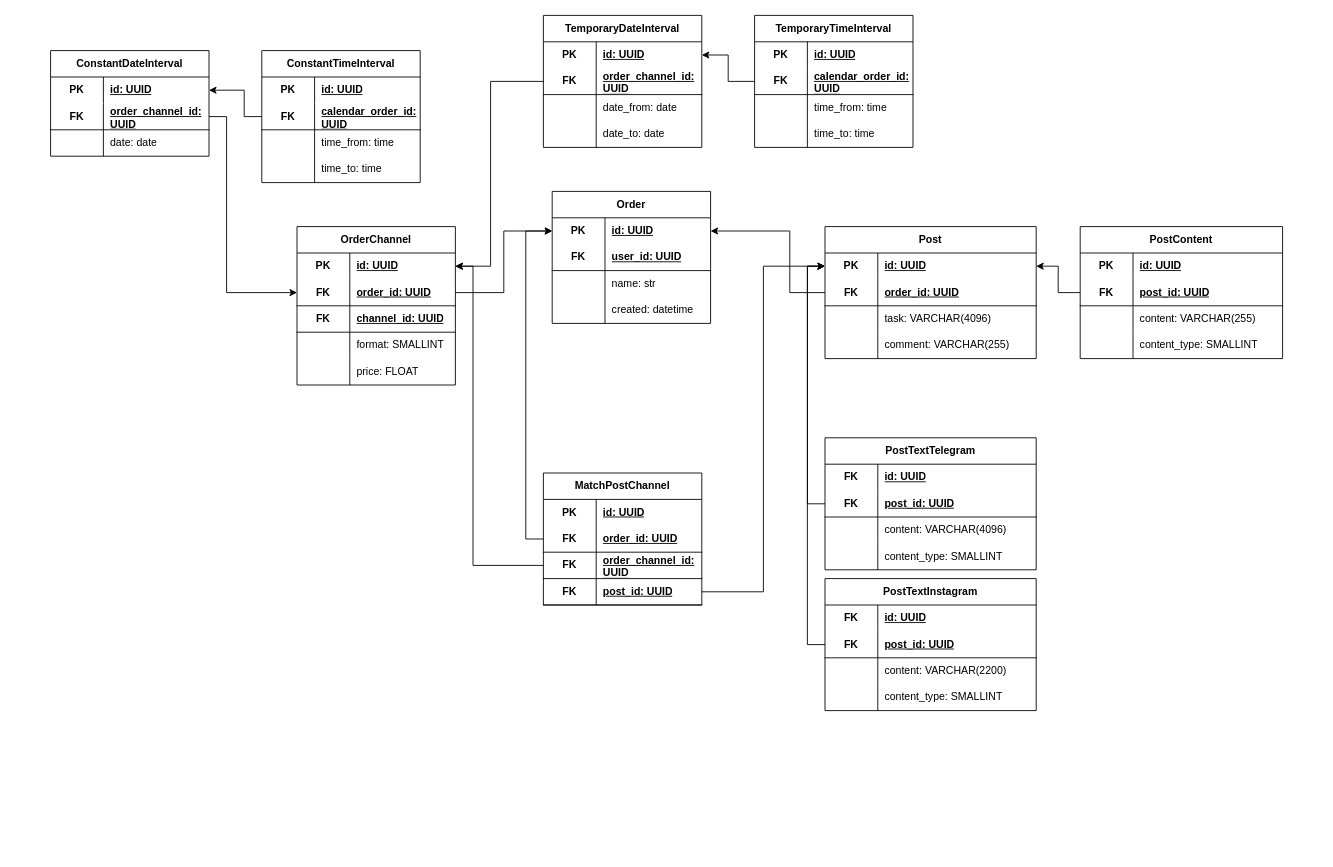
KmvRoman/Diagrams keeps this draw.io diagram as page "order flow" (7 of 7) of Advertiser-Blogger.drawio. Above is the earlier version. Source tidied: cells renumbered, new cells numbered last; positions are measured from the earlier drawing's top-left corner, leaving out a move shared by most shapes. Both pictures are drawn from the tidied source at 88%, with x=0, y=0 at pixel (50, 15).
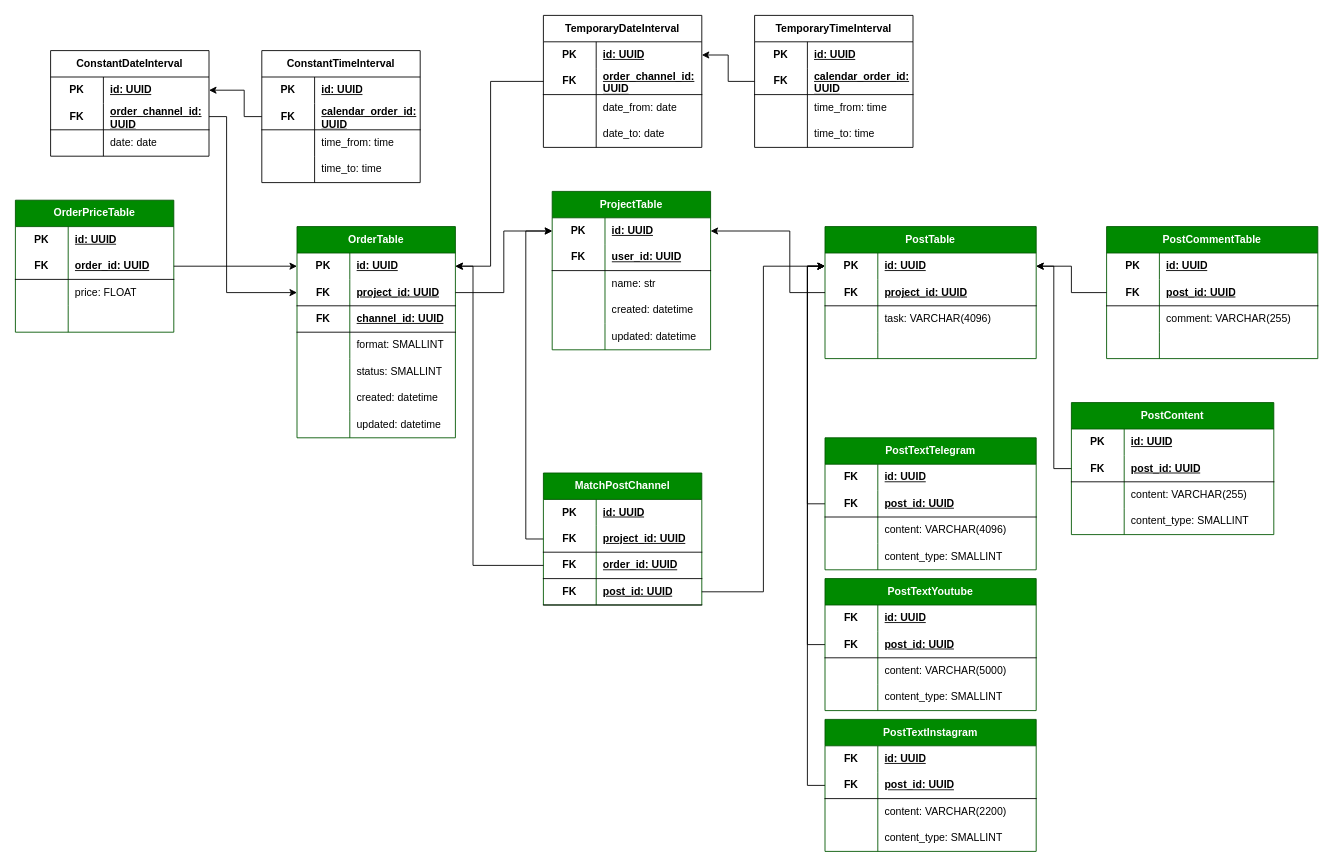
Above is the later version.

Unchanged cells that the change refers to:
```xml
<mxCell id="16" style="shape=tableRow;horizontal=0;startSize=0;swimlaneHead=0;swimlaneBody=0;fillColor=none;points=[[0,0.5],[1,0.5]];portConstraint=eastwest;top=0;left=0;right=0;bottom=0;html=1;" parent="15" vertex="1">
  <mxGeometry y="30" width="240" height="30" as="geometry" />
</mxCell>
<mxCell id="19" style="shape=tableRow;horizontal=0;startSize=0;swimlaneHead=0;swimlaneBody=0;fillColor=none;points=[[0,0.5],[1,0.5]];portConstraint=eastwest;top=0;left=0;right=0;bottom=1;html=1;" parent="15" vertex="1">
  <mxGeometry y="60" width="240" height="30" as="geometry" />
</mxCell>
<mxCell id="25" style="shape=tableRow;horizontal=0;startSize=0;swimlaneHead=0;swimlaneBody=0;fillColor=none;top=0;left=0;right=0;bottom=0;html=1;" parent="15" vertex="1">
  <mxGeometry y="120" width="240" height="30" as="geometry" />
</mxCell>
<mxCell id="30" style="shape=tableRow;horizontal=0;startSize=0;swimlaneHead=0;swimlaneBody=0;fillColor=none;points=[[0,0.5],[1,0.5]];portConstraint=eastwest;top=0;left=0;right=0;bottom=0;html=1;" parent="29" vertex="1">
  <mxGeometry y="30" width="180" height="30" as="geometry" />
</mxCell>
<mxCell id="33" style="shape=tableRow;horizontal=0;startSize=0;swimlaneHead=0;swimlaneBody=0;fillColor=none;points=[[0,0.5],[1,0.5]];portConstraint=eastwest;top=0;left=0;right=0;bottom=1;html=1;" parent="29" vertex="1">
  <mxGeometry y="60" width="180" height="30" as="geometry" />
</mxCell>
<mxCell id="42" style="shape=tableRow;horizontal=0;startSize=0;swimlaneHead=0;swimlaneBody=0;fillColor=none;top=0;left=0;right=0;bottom=0;html=1;" parent="29" vertex="1">
  <mxGeometry y="150" width="180" height="30" as="geometry" />
</mxCell>
<mxCell id="51" style="shape=tableRow;horizontal=0;startSize=0;swimlaneHead=0;swimlaneBody=0;fillColor=none;points=[[0,0.5],[1,0.5]];portConstraint=eastwest;top=0;left=0;right=0;bottom=1;html=1;" parent="47" vertex="1">
  <mxGeometry y="60" width="180" height="30" as="geometry" />
</mxCell>
<mxCell id="54" style="shape=tableRow;horizontal=0;startSize=0;swimlaneHead=0;swimlaneBody=0;fillColor=none;points=[[0,0.5],[1,0.5]];portConstraint=eastwest;top=0;left=0;right=0;bottom=1;html=1;" parent="47" vertex="1">
  <mxGeometry y="90" width="180" height="30" as="geometry" />
</mxCell>
```

Diff of the diagram source:
```diff
@@
-    <mxCell id="2" value="Order" style="shape=table;startSize=30;childLayout=tableLayout;rowLines=0;fontStyle=1;align=center;html=1;whiteSpace=wrap;" parent="1" vertex="1">
-      <mxGeometry x="570" y="200" width="180" height="150" as="geometry" />
+    <mxCell id="2" value="ProjectTable" style="shape=table;startSize=30;childLayout=tableLayout;rowLines=0;fontStyle=1;align=center;html=1;whiteSpace=wrap;fillColor=#008a00;fontColor=#ffffff;strokeColor=#005700;" parent="1" vertex="1">
+      <mxGeometry x="570" y="200" width="180" height="180" as="geometry" />
     </mxCell>
@@
+    <mxCell id="157" style="shape=tableRow;horizontal=0;startSize=0;swimlaneHead=0;swimlaneBody=0;fillColor=none;top=0;left=0;right=0;bottom=0;html=1;" parent="2" vertex="1">
+      <mxGeometry y="150" width="180" height="30" as="geometry" />
+    </mxCell>
+    <mxCell id="158" style="shape=partialRectangle;fillColor=none;top=0;left=0;bottom=0;right=0;overflow=hidden;html=1;whiteSpace=wrap;" parent="157" vertex="1">
+      <mxGeometry width="60" height="30" as="geometry" />
+    </mxCell>
+    <mxCell id="159" value="updated: datetime" style="shape=partialRectangle;fillColor=none;top=0;left=0;bottom=0;right=0;align=left;spacingLeft=6;overflow=hidden;html=1;whiteSpace=wrap;" parent="157" vertex="1">
+      <mxGeometry x="60" width="120" height="30" as="geometry" />
+    </mxCell>
-    <mxCell id="15" value="Post" style="shape=table;startSize=30;childLayout=tableLayout;rowLines=0;fontStyle=1;align=center;html=1;whiteSpace=wrap;" parent="1" vertex="1">
+    <mxCell id="15" value="PostTable" style="shape=table;startSize=30;childLayout=tableLayout;rowLines=0;fontStyle=1;align=center;html=1;whiteSpace=wrap;fillColor=#008a00;fontColor=#ffffff;strokeColor=#005700;" parent="1" vertex="1">
       <mxGeometry x="880" y="240" width="240" height="150" as="geometry" />
     </mxCell>
@@
-    <mxCell id="21" value="order_id: UUID" style="shape=partialRectangle;fillColor=none;top=0;left=0;bottom=0;right=0;align=left;spacingLeft=6;fontStyle=5;overflow=hidden;html=1;whiteSpace=wrap;" parent="19" vertex="1">
+    <mxCell id="21" value="project_id: UUID" style="shape=partialRectangle;fillColor=none;top=0;left=0;bottom=0;right=0;align=left;spacingLeft=6;fontStyle=5;overflow=hidden;html=1;whiteSpace=wrap;" parent="19" vertex="1">
       <mxGeometry x="60" width="180" height="30" as="geometry" />
     </mxCell>
@@
-    <mxCell id="27" value="comment: VARCHAR(255)" style="shape=partialRectangle;fillColor=none;top=0;left=0;bottom=0;right=0;align=left;spacingLeft=6;overflow=hidden;html=1;whiteSpace=wrap;" parent="25" vertex="1">
+    <mxCell id="27" style="shape=partialRectangle;fillColor=none;top=0;left=0;bottom=0;right=0;align=left;spacingLeft=6;overflow=hidden;html=1;whiteSpace=wrap;" parent="25" vertex="1">
       <mxGeometry x="60" width="180" height="30" as="geometry" />
     </mxCell>
@@
-    <mxCell id="29" value="OrderChannel" style="shape=table;startSize=30;childLayout=tableLayout;rowLines=0;fontStyle=1;align=center;html=1;whiteSpace=wrap;" parent="1" vertex="1">
-      <mxGeometry x="280" y="240" width="180" height="180" as="geometry" />
+    <mxCell id="29" value="OrderTable" style="shape=table;startSize=30;childLayout=tableLayout;rowLines=0;fontStyle=1;align=center;html=1;whiteSpace=wrap;fillColor=#008a00;fontColor=#ffffff;strokeColor=#005700;" parent="1" vertex="1">
+      <mxGeometry x="280" y="240" width="180" height="240" as="geometry" />
     </mxCell>
@@
-    <mxCell id="35" value="order_id: UUID" style="shape=partialRectangle;fillColor=none;top=0;left=0;bottom=0;right=0;align=left;spacingLeft=6;fontStyle=5;overflow=hidden;html=1;whiteSpace=wrap;" parent="33" vertex="1">
+    <mxCell id="35" value="project_id: UUID" style="shape=partialRectangle;fillColor=none;top=0;left=0;bottom=0;right=0;align=left;spacingLeft=6;fontStyle=5;overflow=hidden;html=1;whiteSpace=wrap;" parent="33" vertex="1">
       <mxGeometry x="60" width="120" height="30" as="geometry" />
     </mxCell>
@@
-    <mxCell id="44" value="price: FLOAT" style="shape=partialRectangle;fillColor=none;top=0;left=0;bottom=0;right=0;align=left;spacingLeft=6;overflow=hidden;html=1;whiteSpace=wrap;" parent="42" vertex="1">
+    <mxCell id="44" value="status: SMALLINT" style="shape=partialRectangle;fillColor=none;top=0;left=0;bottom=0;right=0;align=left;spacingLeft=6;overflow=hidden;html=1;whiteSpace=wrap;" parent="42" vertex="1">
       <mxGeometry x="60" width="120" height="30" as="geometry" />
     </mxCell>
+    <mxCell id="160" style="shape=tableRow;horizontal=0;startSize=0;swimlaneHead=0;swimlaneBody=0;fillColor=none;top=0;left=0;right=0;bottom=0;html=1;" parent="29" vertex="1">
+      <mxGeometry y="180" width="180" height="30" as="geometry" />
+    </mxCell>
+    <mxCell id="161" style="shape=partialRectangle;fillColor=none;top=0;left=0;bottom=0;right=0;overflow=hidden;html=1;whiteSpace=wrap;" parent="160" vertex="1">
+      <mxGeometry width="60" height="30" as="geometry" />
+    </mxCell>
+    <mxCell id="162" value="created: datetime" style="shape=partialRectangle;fillColor=none;top=0;left=0;bottom=0;right=0;align=left;spacingLeft=6;overflow=hidden;html=1;whiteSpace=wrap;" parent="160" vertex="1">
+      <mxGeometry x="60" width="120" height="30" as="geometry" />
+    </mxCell>
+    <mxCell id="163" style="shape=tableRow;horizontal=0;startSize=0;swimlaneHead=0;swimlaneBody=0;fillColor=none;top=0;left=0;right=0;bottom=0;html=1;" parent="29" vertex="1">
+      <mxGeometry y="210" width="180" height="30" as="geometry" />
+    </mxCell>
+    <mxCell id="164" style="shape=partialRectangle;fillColor=none;top=0;left=0;bottom=0;right=0;overflow=hidden;html=1;whiteSpace=wrap;" parent="163" vertex="1">
+      <mxGeometry width="60" height="30" as="geometry" />
+    </mxCell>
+    <mxCell id="165" value="updated: datetime" style="shape=partialRectangle;fillColor=none;top=0;left=0;bottom=0;right=0;align=left;spacingLeft=6;overflow=hidden;html=1;whiteSpace=wrap;" parent="163" vertex="1">
+      <mxGeometry x="60" width="120" height="30" as="geometry" />
+    </mxCell>
@@
-    <mxCell id="47" value="MatchPostChannel" style="shape=table;startSize=30;childLayout=tableLayout;rowLines=0;fontStyle=1;align=center;html=1;whiteSpace=wrap;" parent="1" vertex="1">
+    <mxCell id="47" value="MatchPostChannel" style="shape=table;startSize=30;childLayout=tableLayout;rowLines=0;fontStyle=1;align=center;html=1;whiteSpace=wrap;fillColor=#008a00;fontColor=#ffffff;strokeColor=#005700;" parent="1" vertex="1">
       <mxGeometry x="560" y="520" width="180" height="150" as="geometry" />
     </mxCell>
@@
-    <mxCell id="53" value="order_id: UUID" style="shape=partialRectangle;fillColor=none;top=0;left=0;bottom=0;right=0;align=left;spacingLeft=6;fontStyle=5;overflow=hidden;html=1;whiteSpace=wrap;" parent="51" vertex="1">
+    <mxCell id="53" value="project_id: UUID" style="shape=partialRectangle;fillColor=none;top=0;left=0;bottom=0;right=0;align=left;spacingLeft=6;fontStyle=5;overflow=hidden;html=1;whiteSpace=wrap;" parent="51" vertex="1">
       <mxGeometry x="60" width="120" height="30" as="geometry" />
     </mxCell>
@@
-    <mxCell id="56" value="order_channel_id: UUID" style="shape=partialRectangle;fillColor=none;top=0;left=0;bottom=0;right=0;align=left;spacingLeft=6;fontStyle=5;overflow=hidden;html=1;whiteSpace=wrap;" parent="54" vertex="1">
+    <mxCell id="56" value="order_id: UUID" style="shape=partialRectangle;fillColor=none;top=0;left=0;bottom=0;right=0;align=left;spacingLeft=6;fontStyle=5;overflow=hidden;html=1;whiteSpace=wrap;" parent="54" vertex="1">
       <mxGeometry x="60" width="120" height="30" as="geometry" />
     </mxCell>
@@
-    <mxCell id="63" value="PostTextTelegram" style="shape=table;startSize=30;childLayout=tableLayout;rowLines=0;fontStyle=1;align=center;html=1;whiteSpace=wrap;" parent="1" vertex="1">
+    <mxCell id="63" value="PostTextTelegram" style="shape=table;startSize=30;childLayout=tableLayout;rowLines=0;fontStyle=1;align=center;html=1;whiteSpace=wrap;fillColor=#008a00;fontColor=#ffffff;strokeColor=#005700;" parent="1" vertex="1">
       <mxGeometry x="880" y="480" width="240" height="150" as="geometry" />
     </mxCell>
@@
-    <mxCell id="77" value="PostTextInstagram" style="shape=table;startSize=30;childLayout=tableLayout;rowLines=0;fontStyle=1;align=center;html=1;whiteSpace=wrap;" parent="1" vertex="1">
-      <mxGeometry x="880" y="640" width="240" height="150" as="geometry" />
+    <mxCell id="77" value="PostTextInstagram" style="shape=table;startSize=30;childLayout=tableLayout;rowLines=0;fontStyle=1;align=center;html=1;whiteSpace=wrap;fillColor=#008a00;fontColor=#ffffff;strokeColor=#005700;" parent="1" vertex="1">
+      <mxGeometry x="880" y="800" width="240" height="150" as="geometry" />
     </mxCell>
@@
-    <mxCell id="91" value="PostContent" style="shape=table;startSize=30;childLayout=tableLayout;rowLines=0;fontStyle=1;align=center;html=1;whiteSpace=wrap;" parent="1" vertex="1">
-      <mxGeometry x="1170" y="240" width="230" height="150" as="geometry" />
+    <mxCell id="91" value="PostContent" style="shape=table;startSize=30;childLayout=tableLayout;rowLines=0;fontStyle=1;align=center;html=1;whiteSpace=wrap;fillColor=#008a00;fontColor=#ffffff;strokeColor=#005700;" parent="1" vertex="1">
+      <mxGeometry x="1160" y="440" width="230" height="150" as="geometry" />
     </mxCell>
@@
+    <mxCell id="166" value="OrderPriceTable" style="shape=table;startSize=30;childLayout=tableLayout;rowLines=0;fontStyle=1;align=center;html=1;whiteSpace=wrap;fillColor=#008a00;fontColor=#ffffff;strokeColor=#005700;" parent="1" vertex="1">
+      <mxGeometry x="-40" y="210" width="180" height="150" as="geometry" />
+    </mxCell>
+    <mxCell id="167" style="shape=tableRow;horizontal=0;startSize=0;swimlaneHead=0;swimlaneBody=0;fillColor=none;top=0;left=0;right=0;bottom=0;html=1;" parent="166" vertex="1">
+      <mxGeometry y="30" width="180" height="30" as="geometry" />
+    </mxCell>
+    <mxCell id="168" value="PK" style="shape=partialRectangle;fillColor=none;top=0;left=0;bottom=0;right=0;fontStyle=1;overflow=hidden;html=1;whiteSpace=wrap;" parent="167" vertex="1">
+      <mxGeometry width="60" height="30" as="geometry" />
+    </mxCell>
+    <mxCell id="169" value="id: UUID" style="shape=partialRectangle;fillColor=none;top=0;left=0;bottom=0;right=0;align=left;spacingLeft=6;fontStyle=5;overflow=hidden;html=1;whiteSpace=wrap;" parent="167" vertex="1">
+      <mxGeometry x="60" width="120" height="30" as="geometry" />
+    </mxCell>
+    <mxCell id="170" style="shape=tableRow;horizontal=0;startSize=0;swimlaneHead=0;swimlaneBody=0;fillColor=none;points=[[0,0.5],[1,0.5]];portConstraint=eastwest;top=0;left=0;right=0;bottom=1;html=1;" parent="166" vertex="1">
+      <mxGeometry y="60" width="180" height="30" as="geometry" />
+    </mxCell>
+    <mxCell id="171" value="FK" style="shape=partialRectangle;fillColor=none;top=0;left=0;bottom=0;right=0;fontStyle=1;overflow=hidden;html=1;whiteSpace=wrap;" parent="170" vertex="1">
+      <mxGeometry width="60" height="30" as="geometry" />
+    </mxCell>
+    <mxCell id="172" value="order_id: UUID" style="shape=partialRectangle;fillColor=none;top=0;left=0;bottom=0;right=0;align=left;spacingLeft=6;fontStyle=5;overflow=hidden;html=1;whiteSpace=wrap;" parent="170" vertex="1">
+      <mxGeometry x="60" width="120" height="30" as="geometry" />
+    </mxCell>
+    <mxCell id="173" style="shape=tableRow;horizontal=0;startSize=0;swimlaneHead=0;swimlaneBody=0;fillColor=none;top=0;left=0;right=0;bottom=0;html=1;" parent="166" vertex="1">
+      <mxGeometry y="90" width="180" height="30" as="geometry" />
+    </mxCell>
+    <mxCell id="174" style="shape=partialRectangle;fillColor=none;top=0;left=0;bottom=0;right=0;overflow=hidden;html=1;whiteSpace=wrap;" parent="173" vertex="1">
+      <mxGeometry width="60" height="30" as="geometry" />
+    </mxCell>
+    <mxCell id="175" value="price: FLOAT" style="shape=partialRectangle;fillColor=none;top=0;left=0;bottom=0;right=0;align=left;spacingLeft=6;overflow=hidden;html=1;whiteSpace=wrap;" parent="173" vertex="1">
+      <mxGeometry x="60" width="120" height="30" as="geometry" />
+    </mxCell>
+    <mxCell id="176" style="shape=tableRow;horizontal=0;startSize=0;swimlaneHead=0;swimlaneBody=0;fillColor=none;top=0;left=0;right=0;bottom=0;html=1;" parent="166" vertex="1">
+      <mxGeometry y="120" width="180" height="30" as="geometry" />
+    </mxCell>
+    <mxCell id="177" style="shape=partialRectangle;fillColor=none;top=0;left=0;bottom=0;right=0;overflow=hidden;html=1;whiteSpace=wrap;" parent="176" vertex="1">
+      <mxGeometry width="60" height="30" as="geometry" />
+    </mxCell>
+    <mxCell id="178" style="shape=partialRectangle;fillColor=none;top=0;left=0;bottom=0;right=0;align=left;spacingLeft=6;overflow=hidden;html=1;whiteSpace=wrap;" parent="176" vertex="1">
+      <mxGeometry x="60" width="120" height="30" as="geometry" />
+    </mxCell>
+    <mxCell id="179" style="edgeStyle=orthogonalEdgeStyle;rounded=0;jettySize=auto;html=1;entryX=0;entryY=0.5;entryDx=0;entryDy=0;exitX=1;exitY=0.5;exitDx=0;exitDy=0;" parent="1" edge="1" source="170" target="30">
+      <mxGeometry relative="1" as="geometry" />
+    </mxCell>
+    <mxCell id="180" value="PostCommentTable" style="shape=table;startSize=30;childLayout=tableLayout;rowLines=0;fontStyle=1;align=center;html=1;whiteSpace=wrap;fillColor=#008a00;fontColor=#ffffff;strokeColor=#005700;" parent="1" vertex="1">
+      <mxGeometry x="1200" y="240" width="240" height="150" as="geometry" />
+    </mxCell>
+    <mxCell id="181" style="shape=tableRow;horizontal=0;startSize=0;swimlaneHead=0;swimlaneBody=0;fillColor=none;top=0;left=0;right=0;bottom=0;html=1;" parent="180" vertex="1">
+      <mxGeometry y="30" width="240" height="30" as="geometry" />
+    </mxCell>
+    <mxCell id="182" value="PK" style="shape=partialRectangle;fillColor=none;top=0;left=0;bottom=0;right=0;fontStyle=1;overflow=hidden;html=1;whiteSpace=wrap;" parent="181" vertex="1">
+      <mxGeometry width="60" height="30" as="geometry" />
+    </mxCell>
+    <mxCell id="183" value="id: UUID" style="shape=partialRectangle;fillColor=none;top=0;left=0;bottom=0;right=0;align=left;spacingLeft=6;fontStyle=5;overflow=hidden;html=1;whiteSpace=wrap;" parent="181" vertex="1">
+      <mxGeometry x="60" width="180" height="30" as="geometry" />
+    </mxCell>
+    <mxCell id="184" style="shape=tableRow;horizontal=0;startSize=0;swimlaneHead=0;swimlaneBody=0;fillColor=none;points=[[0,0.5],[1,0.5]];portConstraint=eastwest;top=0;left=0;right=0;bottom=1;html=1;" parent="180" vertex="1">
+      <mxGeometry y="60" width="240" height="30" as="geometry" />
+    </mxCell>
+    <mxCell id="185" value="FK" style="shape=partialRectangle;fillColor=none;top=0;left=0;bottom=0;right=0;fontStyle=1;overflow=hidden;html=1;whiteSpace=wrap;" parent="184" vertex="1">
+      <mxGeometry width="60" height="30" as="geometry" />
+    </mxCell>
+    <mxCell id="186" value="post_id: UUID" style="shape=partialRectangle;fillColor=none;top=0;left=0;bottom=0;right=0;align=left;spacingLeft=6;fontStyle=5;overflow=hidden;html=1;whiteSpace=wrap;" parent="184" vertex="1">
+      <mxGeometry x="60" width="180" height="30" as="geometry" />
+    </mxCell>
+    <mxCell id="187" style="shape=tableRow;horizontal=0;startSize=0;swimlaneHead=0;swimlaneBody=0;fillColor=none;top=0;left=0;right=0;bottom=0;html=1;" parent="180" vertex="1">
+      <mxGeometry y="90" width="240" height="30" as="geometry" />
+    </mxCell>
+    <mxCell id="188" style="shape=partialRectangle;fillColor=none;top=0;left=0;bottom=0;right=0;overflow=hidden;html=1;whiteSpace=wrap;" parent="187" vertex="1">
+      <mxGeometry width="60" height="30" as="geometry" />
+    </mxCell>
+    <mxCell id="189" value="comment: VARCHAR(255)" style="shape=partialRectangle;fillColor=none;top=0;left=0;bottom=0;right=0;align=left;spacingLeft=6;overflow=hidden;html=1;whiteSpace=wrap;" parent="187" vertex="1">
+      <mxGeometry x="60" width="180" height="30" as="geometry" />
+    </mxCell>
+    <mxCell id="190" style="shape=tableRow;horizontal=0;startSize=0;swimlaneHead=0;swimlaneBody=0;fillColor=none;top=0;left=0;right=0;bottom=0;html=1;" parent="180" vertex="1">
+      <mxGeometry y="120" width="240" height="30" as="geometry" />
+    </mxCell>
+    <mxCell id="191" style="shape=partialRectangle;fillColor=none;top=0;left=0;bottom=0;right=0;overflow=hidden;html=1;whiteSpace=wrap;" parent="190" vertex="1">
+      <mxGeometry width="60" height="30" as="geometry" />
+    </mxCell>
+    <mxCell id="192" style="shape=partialRectangle;fillColor=none;top=0;left=0;bottom=0;right=0;align=left;spacingLeft=6;overflow=hidden;html=1;whiteSpace=wrap;" parent="190" vertex="1">
+      <mxGeometry x="60" width="180" height="30" as="geometry" />
+    </mxCell>
+    <mxCell id="193" style="edgeStyle=orthogonalEdgeStyle;rounded=0;jettySize=auto;html=1;entryX=1;entryY=0.5;entryDx=0;entryDy=0;exitX=0;exitY=0.5;exitDx=0;exitDy=0;" parent="1" edge="1" source="184" target="16">
+      <mxGeometry relative="1" as="geometry" />
+    </mxCell>
+    <mxCell id="194" style="edgeStyle=orthogonalEdgeStyle;rounded=0;jettySize=auto;html=1;entryX=0;entryY=0.5;entryDx=0;entryDy=0;exitX=0;exitY=0.5;exitDx=0;exitDy=0;" parent="1" edge="1" source="199" target="16">
+      <mxGeometry relative="1" as="geometry" />
+    </mxCell>
+    <mxCell id="195" value="PostTextYoutube" style="shape=table;startSize=30;childLayout=tableLayout;rowLines=0;fontStyle=1;align=center;html=1;whiteSpace=wrap;fillColor=#008a00;fontColor=#ffffff;strokeColor=#005700;" parent="1" vertex="1">
+      <mxGeometry x="880" y="640" width="240" height="150" as="geometry" />
+    </mxCell>
+    <mxCell id="196" style="shape=tableRow;horizontal=0;startSize=0;swimlaneHead=0;swimlaneBody=0;fillColor=none;top=0;left=0;right=0;bottom=0;html=1;" parent="195" vertex="1">
+      <mxGeometry y="30" width="240" height="30" as="geometry" />
+    </mxCell>
+    <mxCell id="197" value="FK" style="shape=partialRectangle;fillColor=none;top=0;left=0;bottom=0;right=0;fontStyle=1;overflow=hidden;html=1;whiteSpace=wrap;" parent="196" vertex="1">
+      <mxGeometry width="60" height="30" as="geometry" />
+    </mxCell>
+    <mxCell id="198" value="id: UUID" style="shape=partialRectangle;fillColor=none;top=0;left=0;bottom=0;right=0;align=left;spacingLeft=6;fontStyle=5;overflow=hidden;html=1;whiteSpace=wrap;" parent="196" vertex="1">
+      <mxGeometry x="60" width="180" height="30" as="geometry" />
+    </mxCell>
+    <mxCell id="199" style="shape=tableRow;horizontal=0;startSize=0;swimlaneHead=0;swimlaneBody=0;fillColor=none;points=[[0,0.5],[1,0.5]];portConstraint=eastwest;top=0;left=0;right=0;bottom=1;html=1;" parent="195" vertex="1">
+      <mxGeometry y="60" width="240" height="30" as="geometry" />
+    </mxCell>
+    <mxCell id="200" value="FK" style="shape=partialRectangle;fillColor=none;top=0;left=0;bottom=0;right=0;fontStyle=1;overflow=hidden;html=1;whiteSpace=wrap;" parent="199" vertex="1">
+      <mxGeometry width="60" height="30" as="geometry" />
+    </mxCell>
+    <mxCell id="201" value="post_id: UUID" style="shape=partialRectangle;fillColor=none;top=0;left=0;bottom=0;right=0;align=left;spacingLeft=6;fontStyle=5;overflow=hidden;html=1;whiteSpace=wrap;" parent="199" vertex="1">
+      <mxGeometry x="60" width="180" height="30" as="geometry" />
+    </mxCell>
+    <mxCell id="202" style="shape=tableRow;horizontal=0;startSize=0;swimlaneHead=0;swimlaneBody=0;fillColor=none;top=0;left=0;right=0;bottom=0;html=1;" parent="195" vertex="1">
+      <mxGeometry y="90" width="240" height="30" as="geometry" />
+    </mxCell>
+    <mxCell id="203" style="shape=partialRectangle;fillColor=none;top=0;left=0;bottom=0;right=0;overflow=hidden;html=1;whiteSpace=wrap;" parent="202" vertex="1">
+      <mxGeometry width="60" height="30" as="geometry" />
+    </mxCell>
+    <mxCell id="204" value="content: VARCHAR(5000)" style="shape=partialRectangle;fillColor=none;top=0;left=0;bottom=0;right=0;align=left;spacingLeft=6;overflow=hidden;html=1;whiteSpace=wrap;" parent="202" vertex="1">
+      <mxGeometry x="60" width="180" height="30" as="geometry" />
+    </mxCell>
+    <mxCell id="205" style="shape=tableRow;horizontal=0;startSize=0;swimlaneHead=0;swimlaneBody=0;fillColor=none;top=0;left=0;right=0;bottom=0;html=1;" parent="195" vertex="1">
+      <mxGeometry y="120" width="240" height="30" as="geometry" />
+    </mxCell>
+    <mxCell id="206" style="shape=partialRectangle;fillColor=none;top=0;left=0;bottom=0;right=0;overflow=hidden;html=1;whiteSpace=wrap;" parent="205" vertex="1">
+      <mxGeometry width="60" height="30" as="geometry" />
+    </mxCell>
+    <mxCell id="207" value="content_type: SMALLINT" style="shape=partialRectangle;fillColor=none;top=0;left=0;bottom=0;right=0;align=left;spacingLeft=6;overflow=hidden;html=1;whiteSpace=wrap;" parent="205" vertex="1">
+      <mxGeometry x="60" width="180" height="30" as="geometry" />
+    </mxCell>
```
